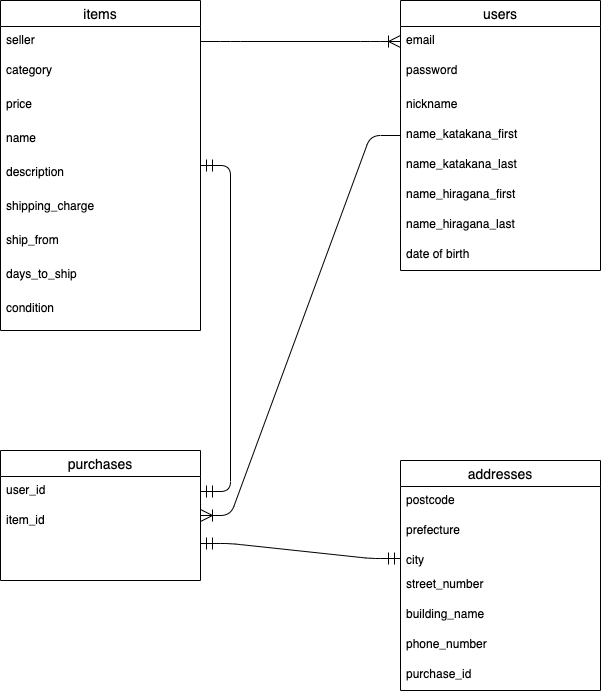
Earlier version of the draw.io export app/views/furima-31014_ER.dio.png (ysski/furima-31014). Source tidied: cells renumbered, new cells last; positions are measured from the earlier drawing's top-left corner, leaving out a move shared by most shapes.
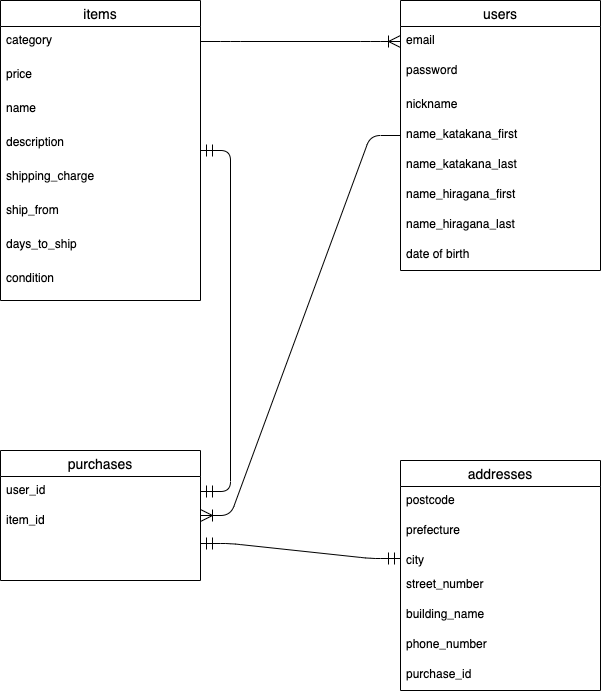
The same diagram one commit later.

Commit message:
sellerカラム削除

Change to the diagram source:
```diff
@@ -3,34 +3,31 @@
     <mxCell id="0" />
     <mxCell id="1" parent="0" />
     <mxCell id="2" value="items" style="swimlane;fontStyle=0;horizontal=1;startSize=26;align=center;fontSize=14;" parent="1" vertex="1">
-      <mxGeometry width="200" height="330" as="geometry" />
+      <mxGeometry width="200" height="300" as="geometry" />
     </mxCell>
-    <mxCell id="3" value="seller" style="text;strokeColor=none;fillColor=none;spacingLeft=4;spacingRight=4;overflow=hidden;points=[[0,0.5],[1,0.5]];portConstraint=eastwest;fontSize=12;" parent="2" vertex="1">
-      <mxGeometry y="26" width="200" height="30" as="geometry" />
-    </mxCell>
     <mxCell id="4" value="category" style="text;strokeColor=none;fillColor=none;spacingLeft=4;spacingRight=4;overflow=hidden;fontSize=12;" parent="2" vertex="1">
-      <mxGeometry y="56" width="200" height="34" as="geometry" />
+      <mxGeometry y="26" width="200" height="34" as="geometry" />
     </mxCell>
     <mxCell id="5" value="price" style="text;strokeColor=none;fillColor=none;spacingLeft=4;spacingRight=4;overflow=hidden;fontSize=12;" parent="2" vertex="1">
-      <mxGeometry y="90" width="200" height="34" as="geometry" />
+      <mxGeometry y="60" width="200" height="34" as="geometry" />
     </mxCell>
     <mxCell id="6" value="name" style="text;strokeColor=none;fillColor=none;spacingLeft=4;spacingRight=4;overflow=hidden;fontSize=12;" parent="2" vertex="1">
-      <mxGeometry y="124" width="200" height="34" as="geometry" />
+      <mxGeometry y="94" width="200" height="34" as="geometry" />
     </mxCell>
     <mxCell id="7" value="description" style="text;strokeColor=none;fillColor=none;spacingLeft=4;spacingRight=4;overflow=hidden;fontSize=12;" parent="2" vertex="1">
-      <mxGeometry y="158" width="200" height="34" as="geometry" />
+      <mxGeometry y="128" width="200" height="34" as="geometry" />
     </mxCell>
     <mxCell id="8" value="shipping_charge" style="text;strokeColor=none;fillColor=none;spacingLeft=4;spacingRight=4;overflow=hidden;fontSize=12;" parent="2" vertex="1">
-      <mxGeometry y="192" width="200" height="34" as="geometry" />
+      <mxGeometry y="162" width="200" height="34" as="geometry" />
     </mxCell>
     <mxCell id="9" value="ship_from" style="text;strokeColor=none;fillColor=none;spacingLeft=4;spacingRight=4;overflow=hidden;fontSize=12;" parent="2" vertex="1">
-      <mxGeometry y="226" width="200" height="34" as="geometry" />
+      <mxGeometry y="196" width="200" height="34" as="geometry" />
     </mxCell>
     <mxCell id="10" value="days_to_ship" style="text;strokeColor=none;fillColor=none;spacingLeft=4;spacingRight=4;overflow=hidden;fontSize=12;" parent="2" vertex="1">
-      <mxGeometry y="260" width="200" height="34" as="geometry" />
+      <mxGeometry y="230" width="200" height="34" as="geometry" />
     </mxCell>
     <mxCell id="11" value="condition" style="text;strokeColor=none;fillColor=none;spacingLeft=4;spacingRight=4;overflow=hidden;fontSize=12;" parent="2" vertex="1">
-      <mxGeometry y="294" width="200" height="36" as="geometry" />
+      <mxGeometry y="264" width="200" height="36" as="geometry" />
     </mxCell>
     <mxCell id="12" value="users" style="swimlane;fontStyle=0;horizontal=1;startSize=26;align=center;fontSize=14;" parent="1" vertex="1">
       <mxGeometry x="400" width="200" height="270" as="geometry" />
@@ -59,8 +56,9 @@
     <mxCell id="20" value="date of birth" style="text;strokeColor=none;fillColor=none;spacingLeft=4;spacingRight=4;overflow=hidden;fontSize=12;" parent="12" vertex="1">
       <mxGeometry y="240" width="200" height="30" as="geometry" />
     </mxCell>
-    <mxCell id="21" style="edgeStyle=entityRelationEdgeStyle;fontSize=12;html=1;endArrow=ERoneToMany;endSize=10;startSize=10;exitX=1;exitY=0.5;exitDx=0;exitDy=0;entryX=0;entryY=0.5;entryDx=0;entryDy=0;" parent="1" edge="1" source="3">
+    <mxCell id="21" style="edgeStyle=entityRelationEdgeStyle;fontSize=12;html=1;endArrow=ERoneToMany;endSize=10;startSize=10;exitX=1;exitY=0.5;exitDx=0;exitDy=0;entryX=0;entryY=0.5;entryDx=0;entryDy=0;" parent="1" edge="1">
       <mxGeometry relative="1" as="geometry">
+        <mxPoint x="200" y="41" as="sourcePoint" />
         <mxPoint x="400" y="41" as="targetPoint" />
       </mxGeometry>
     </mxCell>
```
